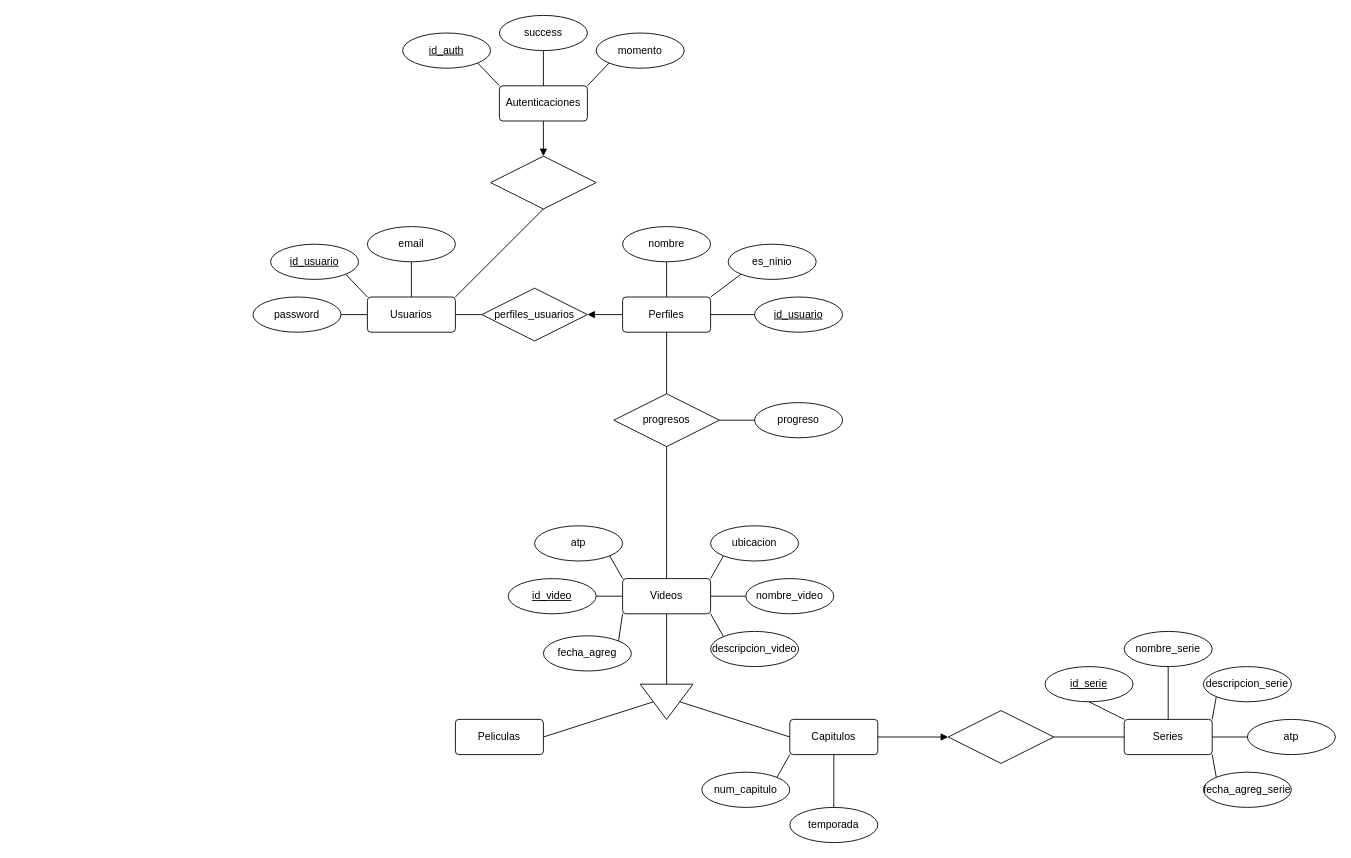
The draw.io diagram Entidad-Relacion.drawio in PibeCaverna/VideoDataBase-PCII, before the edit. Source tidied: cells renumbered, new cells numbered last; positions are measured from the earlier drawing's top-left corner, leaving out a move shared by most shapes. Both pictures are drawn from the tidied source at 88%, with x=0, y=0 at pixel (253, 15).
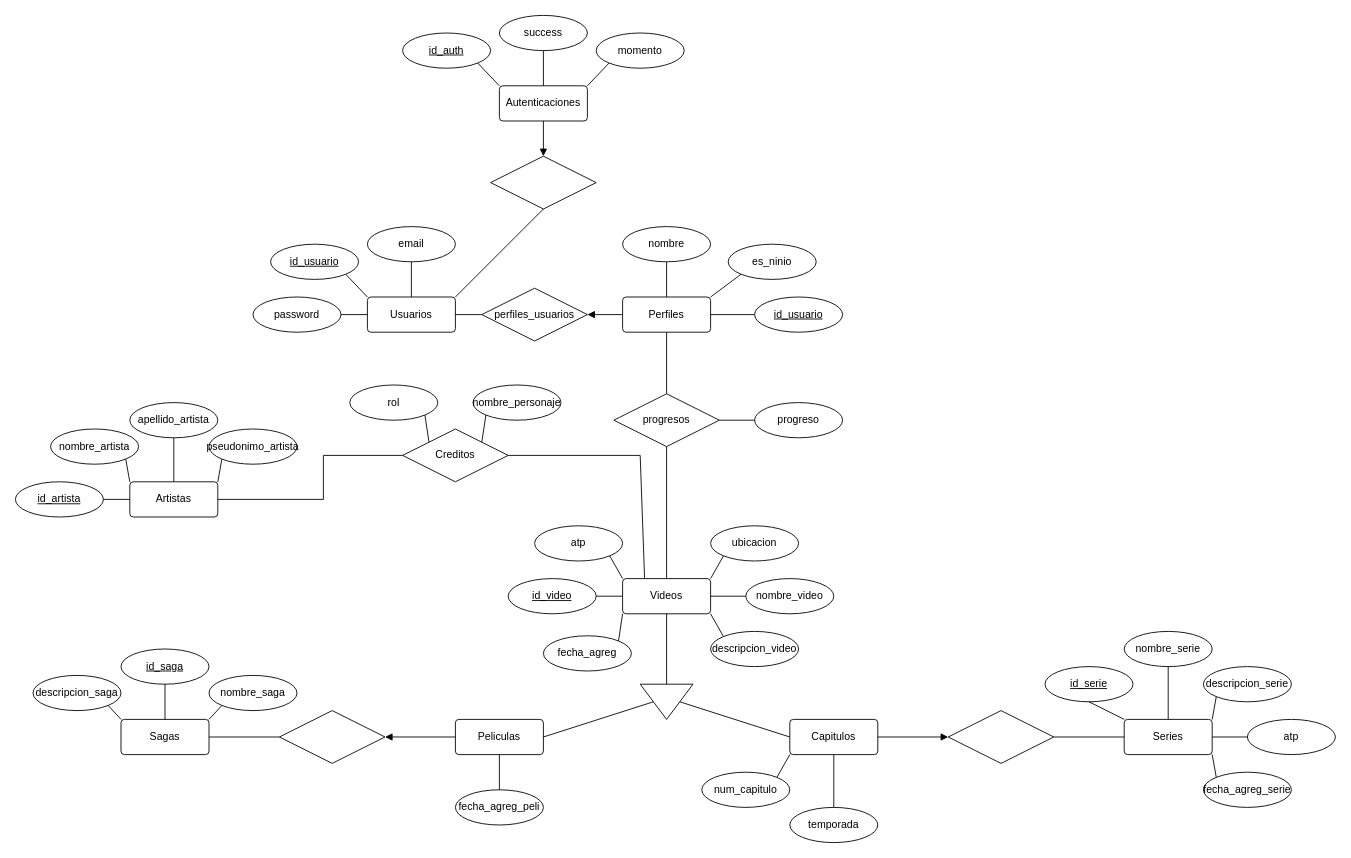
The same diagram, later.

Unchanged cells that the change refers to:
```xml
<mxCell id="17" value="Videos" style="rounded=1;arcSize=10;whiteSpace=wrap;html=1;align=center;" parent="1" vertex="1">
  <mxGeometry x="420" y="640" width="100" height="40" as="geometry" />
</mxCell>
<mxCell id="48" value="Peliculas" style="rounded=1;arcSize=10;whiteSpace=wrap;html=1;align=center;" parent="1" vertex="1">
  <mxGeometry x="230" y="800" width="100" height="40" as="geometry" />
</mxCell>
```

The edit, as a diff of the source:
```diff
@@
+    <mxCell id="71" style="shape=rhombus;perimeter=rhombusPerimeter;whiteSpace=wrap;html=1;align=center;" parent="1" vertex="1">
+      <mxGeometry x="30" y="790" width="120" height="60" as="geometry" />
+    </mxCell>
+    <mxCell id="72" value="Sagas" style="rounded=1;arcSize=10;whiteSpace=wrap;html=1;align=center;" parent="1" vertex="1">
+      <mxGeometry x="-150" y="800" width="100" height="40" as="geometry" />
+    </mxCell>
+    <mxCell id="73" style="endArrow=none;html=1;rounded=0;exitX=1;exitY=0.5;exitDx=0;exitDy=0;startArrow=block;startFill=1;entryX=0;entryY=0.5;entryDx=0;entryDy=0;" parent="1" edge="1" source="71" target="48">
+      <mxGeometry relative="1" as="geometry" />
+    </mxCell>
+    <mxCell id="74" value="&lt;u&gt;id_saga&lt;/u&gt;" style="ellipse;whiteSpace=wrap;html=1;align=center;" parent="1" vertex="1">
+      <mxGeometry x="-150" y="720" width="100" height="40" as="geometry" />
+    </mxCell>
+    <mxCell id="75" value="nombre_saga" style="ellipse;whiteSpace=wrap;html=1;align=center;" parent="1" vertex="1">
+      <mxGeometry x="-50" y="750" width="100" height="40" as="geometry" />
+    </mxCell>
+    <mxCell id="76" value="descripcion_saga" style="ellipse;whiteSpace=wrap;html=1;align=center;" parent="1" vertex="1">
+      <mxGeometry x="-250" y="750" width="100" height="40" as="geometry" />
+    </mxCell>
+    <mxCell id="77" style="endArrow=none;html=1;rounded=0;exitX=0.5;exitY=0;exitDx=0;exitDy=0;entryX=0.5;entryY=1;entryDx=0;entryDy=0;" parent="1" edge="1" source="72" target="74">
+      <mxGeometry relative="1" as="geometry" />
+    </mxCell>
+    <mxCell id="78" style="endArrow=none;html=1;rounded=0;exitX=1;exitY=0;exitDx=0;exitDy=0;entryX=0;entryY=1;entryDx=0;entryDy=0;" parent="1" edge="1" source="72" target="75">
+      <mxGeometry relative="1" as="geometry" />
+    </mxCell>
+    <mxCell id="79" style="endArrow=none;html=1;rounded=0;exitX=0;exitY=0;exitDx=0;exitDy=0;entryX=1;entryY=1;entryDx=0;entryDy=0;" parent="1" edge="1" source="72" target="76">
+      <mxGeometry relative="1" as="geometry" />
+    </mxCell>
+    <mxCell id="80" style="endArrow=none;html=1;rounded=0;exitX=1;exitY=0.5;exitDx=0;exitDy=0;entryX=0;entryY=0.5;entryDx=0;entryDy=0;" parent="1" edge="1" source="72" target="71">
+      <mxGeometry relative="1" as="geometry" />
+    </mxCell>
+    <mxCell id="81" value="fecha_agreg_peli" style="ellipse;whiteSpace=wrap;html=1;align=center;" parent="1" vertex="1">
+      <mxGeometry x="230" y="880" width="100" height="40" as="geometry" />
+    </mxCell>
+    <mxCell id="82" style="endArrow=none;html=1;rounded=0;exitX=0.5;exitY=0;exitDx=0;exitDy=0;entryX=0.5;entryY=1;entryDx=0;entryDy=0;" parent="1" edge="1" source="81" target="48">
+      <mxGeometry relative="1" as="geometry" />
+    </mxCell>
+    <mxCell id="83" value="Artistas" style="rounded=1;arcSize=10;whiteSpace=wrap;html=1;align=center;" parent="1" vertex="1">
+      <mxGeometry x="-140" y="530" width="100" height="40" as="geometry" />
+    </mxCell>
+    <mxCell id="84" value="id_artista" style="ellipse;whiteSpace=wrap;html=1;align=center;fontStyle=4;" parent="1" vertex="1">
+      <mxGeometry x="-270" y="530" width="100" height="40" as="geometry" />
+    </mxCell>
+    <mxCell id="85" value="nombre_artista" style="ellipse;whiteSpace=wrap;html=1;align=center;" parent="1" vertex="1">
+      <mxGeometry x="-230" y="470" width="100" height="40" as="geometry" />
+    </mxCell>
+    <mxCell id="86" value="apellido_artista" style="ellipse;whiteSpace=wrap;html=1;align=center;" parent="1" vertex="1">
+      <mxGeometry x="-140" y="440" width="100" height="40" as="geometry" />
+    </mxCell>
+    <mxCell id="87" value="pseudonimo_artista" style="ellipse;whiteSpace=wrap;html=1;align=center;" parent="1" vertex="1">
+      <mxGeometry x="-50" y="470" width="100" height="40" as="geometry" />
+    </mxCell>
+    <mxCell id="88" style="endArrow=none;html=1;rounded=0;exitX=1;exitY=0.5;exitDx=0;exitDy=0;entryX=0;entryY=0.5;entryDx=0;entryDy=0;" parent="1" edge="1" source="84" target="83">
+      <mxGeometry relative="1" as="geometry" />
+    </mxCell>
+    <mxCell id="89" style="endArrow=none;html=1;rounded=0;exitX=1;exitY=1;exitDx=0;exitDy=0;entryX=0;entryY=0;entryDx=0;entryDy=0;" parent="1" edge="1" source="85" target="83">
+      <mxGeometry relative="1" as="geometry" />
+    </mxCell>
+    <mxCell id="90" style="endArrow=none;html=1;rounded=0;exitX=0.5;exitY=1;exitDx=0;exitDy=0;entryX=0.5;entryY=0;entryDx=0;entryDy=0;" parent="1" edge="1" source="86" target="83">
+      <mxGeometry relative="1" as="geometry" />
+    </mxCell>
+    <mxCell id="91" style="endArrow=none;html=1;rounded=0;exitX=0;exitY=1;exitDx=0;exitDy=0;entryX=1;entryY=0;entryDx=0;entryDy=0;" parent="1" edge="1" source="87" target="83">
+      <mxGeometry relative="1" as="geometry" />
+    </mxCell>
+    <mxCell id="92" value="Creditos" style="shape=rhombus;perimeter=rhombusPerimeter;whiteSpace=wrap;html=1;align=center;" parent="1" vertex="1">
+      <mxGeometry x="170" y="470" width="120" height="60" as="geometry" />
+    </mxCell>
+    <mxCell id="93" style="endArrow=none;html=1;rounded=0;exitX=0.25;exitY=0;exitDx=0;exitDy=0;entryX=1;entryY=0.5;entryDx=0;entryDy=0;" parent="1" edge="1" source="17" target="92">
+      <mxGeometry relative="1" as="geometry">
+        <Array as="points">
+          <mxPoint x="440" y="500" />
+        </Array>
+      </mxGeometry>
+    </mxCell>
+    <mxCell id="94" style="endArrow=none;html=1;rounded=0;exitX=1;exitY=0.5;exitDx=0;exitDy=0;entryX=0;entryY=0.5;entryDx=0;entryDy=0;" parent="1" edge="1" source="83" target="92">
+      <mxGeometry relative="1" as="geometry">
+        <Array as="points">
+          <mxPoint x="80" y="550" />
+          <mxPoint x="80" y="500" />
+        </Array>
+      </mxGeometry>
+    </mxCell>
+    <mxCell id="95" value="rol" style="ellipse;whiteSpace=wrap;html=1;align=center;" parent="1" vertex="1">
+      <mxGeometry x="110" y="420" width="100" height="40" as="geometry" />
+    </mxCell>
+    <mxCell id="96" value="nombre_personaje" style="ellipse;whiteSpace=wrap;html=1;align=center;" parent="1" vertex="1">
+      <mxGeometry x="250" y="420" width="100" height="40" as="geometry" />
+    </mxCell>
+    <mxCell id="97" style="endArrow=none;html=1;rounded=0;exitX=1;exitY=1;exitDx=0;exitDy=0;entryX=0;entryY=0;entryDx=0;entryDy=0;" parent="1" edge="1" source="95" target="92">
+      <mxGeometry relative="1" as="geometry" />
+    </mxCell>
+    <mxCell id="98" style="endArrow=none;html=1;rounded=0;exitX=0;exitY=1;exitDx=0;exitDy=0;entryX=1;entryY=0;entryDx=0;entryDy=0;" parent="1" edge="1" source="96" target="92">
+      <mxGeometry relative="1" as="geometry" />
+    </mxCell>
```
